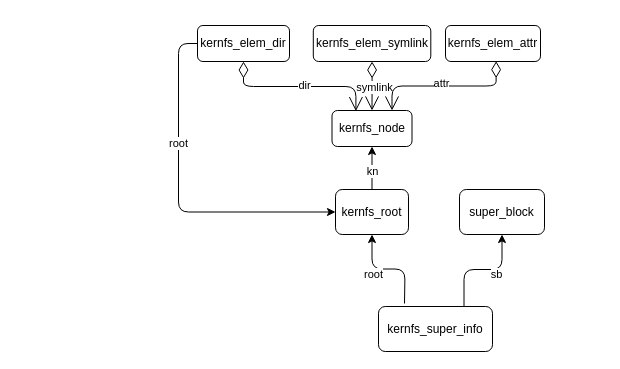
Above: kernfs.drawio in jasonactions/graph (draw.io), before the change. Source tidied: cells renumbered, new cells numbered last; positions are measured from the earlier drawing's top-left corner, leaving out a move shared by most shapes. Both pictures are drawn from the tidied source at 100%, with x=0, y=0 at pixel (178, 25).
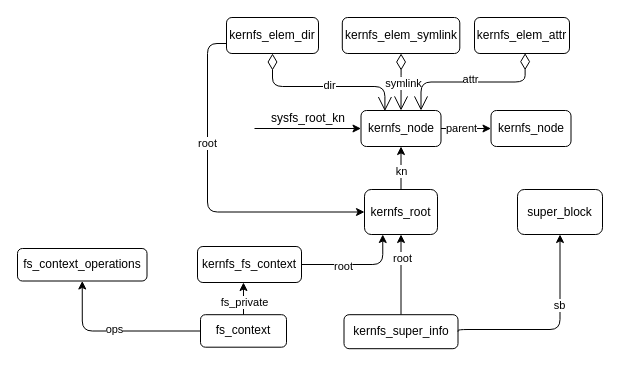
Above is the later version.

Change to the diagram source:
```diff
@@
-    <mxCell id="2" style="edgeStyle=orthogonalEdgeStyle;rounded=1;jettySize=auto;html=1;entryX=0.5;entryY=1;entryDx=0;entryDy=0;curved=0;" parent="1" edge="1" target="8">
-      <mxGeometry relative="1" as="geometry">
-        <mxPoint x="226" y="278" as="sourcePoint" />
-      </mxGeometry>
+    <mxCell id="2" style="edgeStyle=orthogonalEdgeStyle;rounded=1;jettySize=auto;html=1;entryX=0.5;entryY=1;entryDx=0;entryDy=0;curved=0;exitX=0.5;exitY=0;exitDx=0;exitDy=0;" parent="1" edge="1" source="4" target="8">
+      <mxGeometry relative="1" as="geometry" />
     </mxCell>
     <mxCell id="3" value="root" style="edgeLabel;html=1;align=center;verticalAlign=middle;" parent="2" vertex="1">
       <mxGeometry x="0.32" y="4" relative="1" as="geometry">
-        <mxPoint y="1" as="offset" />
+        <mxPoint x="5" y="-4" as="offset" />
       </mxGeometry>
     </mxCell>
     <mxCell id="4" value="kernfs_super_info" style="rounded=1;whiteSpace=wrap;html=1;" parent="1" vertex="1">
-      <mxGeometry x="200" y="281" width="114" height="45" as="geometry" />
+      <mxGeometry x="165.5" y="289.2" width="114" height="34" as="geometry" />
     </mxCell>
     <mxCell id="5" value="super_block" style="rounded=1;whiteSpace=wrap;html=1;" parent="1" vertex="1">
-      <mxGeometry x="281" y="164" width="85" height="45" as="geometry" />
+      <mxGeometry x="339" y="164" width="85" height="45" as="geometry" />
     </mxCell>
@@
     <mxCell id="8" value="kernfs_root" style="rounded=1;whiteSpace=wrap;html=1;" parent="1" vertex="1">
-      <mxGeometry x="157" y="164" width="73" height="45" as="geometry" />
+      <mxGeometry x="186" y="164" width="73" height="45" as="geometry" />
     </mxCell>
-    <mxCell id="9" style="edgeStyle=orthogonalEdgeStyle;rounded=1;jettySize=auto;html=1;entryX=0.5;entryY=1;entryDx=0;entryDy=0;curved=0;exitX=0.75;exitY=0;exitDx=0;exitDy=0;" parent="1" edge="1" source="4" target="5">
+    <mxCell id="9" style="edgeStyle=orthogonalEdgeStyle;rounded=1;jettySize=auto;html=1;entryX=0.5;entryY=1;entryDx=0;entryDy=0;curved=0;exitX=1;exitY=0.5;exitDx=0;exitDy=0;" parent="1" edge="1" source="4" target="5">
       <mxGeometry relative="1" as="geometry">
         <Array as="points">
-          <mxPoint x="286" y="244" />
-          <mxPoint x="324" y="244" />
-          <mxPoint x="324" y="209" />
+          <mxPoint x="382" y="304" />
+          <mxPoint x="382" y="209" />
         </Array>
       </mxGeometry>
     </mxCell>
     <mxCell id="10" value="sb" style="edgeLabel;html=1;align=center;verticalAlign=middle;" parent="9" vertex="1">
       <mxGeometry x="0.25" y="-3" relative="1" as="geometry">
-        <mxPoint y="1" as="offset" />
+        <mxPoint x="-4" y="-4" as="offset" />
       </mxGeometry>
     </mxCell>
+    <mxCell id="23" style="edgeStyle=orthogonalEdgeStyle;rounded=0;jettySize=auto;html=1;entryX=0;entryY=0.5;entryDx=0;entryDy=0;" parent="1" edge="1" source="11" target="25">
+      <mxGeometry relative="1" as="geometry" />
+    </mxCell>
+    <mxCell id="24" value="parent" style="edgeLabel;html=1;align=center;verticalAlign=middle;" parent="23" vertex="1">
+      <mxGeometry x="-0.19" y="1" relative="1" as="geometry" />
+    </mxCell>
     <mxCell id="11" value="kernfs_node" style="rounded=1;whiteSpace=wrap;html=1;" parent="1" vertex="1">
-      <mxGeometry x="153.5" y="85" width="80" height="36" as="geometry" />
+      <mxGeometry x="182.5" y="85" width="80" height="36" as="geometry" />
     </mxCell>
     <mxCell id="12" style="edgeStyle=orthogonalEdgeStyle;rounded=1;jettySize=auto;html=1;entryX=0;entryY=0.5;entryDx=0;entryDy=0;curved=0;" parent="1" edge="1" source="14" target="8">
       <mxGeometry relative="1" as="geometry">
         <Array as="points">
-          <mxPoint y="18" />
-          <mxPoint y="187" />
+          <mxPoint x="29" y="18" />
+          <mxPoint x="29" y="187" />
         </Array>
       </mxGeometry>
     </mxCell>
@@
     <mxCell id="14" value="kernfs_elem_dir" style="rounded=1;whiteSpace=wrap;html=1;" parent="1" vertex="1">
-      <mxGeometry x="19" width="92" height="36" as="geometry" />
+      <mxGeometry x="48" y="-8" width="92" height="36" as="geometry" />
     </mxCell>
     <mxCell id="15" style="endArrow=open;html=1;endSize=12;startArrow=diamondThin;startSize=14;startFill=0;edgeStyle=orthogonalEdgeStyle;align=left;verticalAlign=bottom;rounded=1;exitX=0.5;exitY=1;exitDx=0;exitDy=0;curved=0;entryX=0.299;entryY=0.017;entryDx=0;entryDy=0;entryPerimeter=0;" parent="1" edge="1" source="14" target="11">
       <mxGeometry x="-1" y="3" relative="1" as="geometry">
         <Array as="points">
-          <mxPoint x="65" y="61" />
-          <mxPoint x="177" y="61" />
-          <mxPoint x="177" y="86" />
+          <mxPoint x="94" y="61" />
+          <mxPoint x="206" y="61" />
+          <mxPoint x="206" y="86" />
         </Array>
       </mxGeometry>
     </mxCell>
@@
     <mxCell id="17" value="kernfs_elem_symlink" style="rounded=1;whiteSpace=wrap;html=1;" parent="1" vertex="1">
-      <mxGeometry x="134.8" width="117.5" height="36" as="geometry" />
+      <mxGeometry x="163.8" y="-8" width="117.5" height="36" as="geometry" />
     </mxCell>
@@
     <mxCell id="20" value="kernfs_elem_attr" style="rounded=1;whiteSpace=wrap;html=1;" parent="1" vertex="1">
-      <mxGeometry x="267" width="95" height="36" as="geometry" />
+      <mxGeometry x="296" y="-8" width="95" height="36" as="geometry" />
     </mxCell>
@@
+    <mxCell id="25" value="kernfs_node" style="rounded=1;whiteSpace=wrap;html=1;" parent="1" vertex="1">
+      <mxGeometry x="312.5" y="85" width="80" height="36" as="geometry" />
+    </mxCell>
+    <mxCell id="26" value="sysfs_root_kn" style="text;whiteSpace=wrap;" parent="1" vertex="1">
+      <mxGeometry x="91" y="79" width="77" height="27" as="geometry" />
+    </mxCell>
+    <mxCell id="27" style="endArrow=classic;html=1;rounded=0;entryX=0;entryY=0.5;entryDx=0;entryDy=0;" parent="1" edge="1" target="11">
+      <mxGeometry relative="1" as="geometry">
+        <mxPoint x="76" y="103" as="sourcePoint" />
+      </mxGeometry>
+    </mxCell>
+    <mxCell id="28" style="edgeStyle=orthogonalEdgeStyle;rounded=1;jettySize=auto;html=1;entryX=0.25;entryY=1;entryDx=0;entryDy=0;curved=0;" parent="1" edge="1" source="30" target="8">
+      <mxGeometry relative="1" as="geometry" />
+    </mxCell>
+    <mxCell id="29" value="root" style="edgeLabel;html=1;align=center;verticalAlign=middle;" parent="28" vertex="1">
+      <mxGeometry x="-0.26" y="-1" relative="1" as="geometry" />
+    </mxCell>
+    <mxCell id="30" value="kernfs_fs_context" style="rounded=1;whiteSpace=wrap;html=1;" parent="1" vertex="1">
+      <mxGeometry x="19" y="221" width="104" height="36" as="geometry" />
+    </mxCell>
+    <mxCell id="31" style="edgeStyle=orthogonalEdgeStyle;rounded=1;jettySize=auto;html=1;entryX=0.5;entryY=1;entryDx=0;entryDy=0;curved=0;" parent="1" edge="1" source="33" target="36">
+      <mxGeometry relative="1" as="geometry" />
+    </mxCell>
+    <mxCell id="32" value="ops" style="edgeLabel;html=1;align=center;verticalAlign=middle;" parent="31" vertex="1">
+      <mxGeometry x="0.04" y="-2" relative="1" as="geometry" />
+    </mxCell>
+    <mxCell id="33" value="fs_context" style="rounded=1;whiteSpace=wrap;html=1;" parent="1" vertex="1">
+      <mxGeometry x="22" y="289.2" width="86" height="32.5" as="geometry" />
+    </mxCell>
+    <mxCell id="34" style="edgeStyle=orthogonalEdgeStyle;rounded=0;jettySize=auto;html=1;entryX=0.442;entryY=1;entryDx=0;entryDy=0;entryPerimeter=0;" parent="1" edge="1" source="33" target="30">
+      <mxGeometry relative="1" as="geometry" />
+    </mxCell>
+    <mxCell id="35" value="fs_private" style="edgeLabel;html=1;align=center;verticalAlign=middle;" parent="34" vertex="1">
+      <mxGeometry x="0.02" relative="1" as="geometry">
+        <mxPoint y="3" as="offset" />
+      </mxGeometry>
+    </mxCell>
+    <mxCell id="36" value="fs_context_operations" style="rounded=1;whiteSpace=wrap;html=1;" parent="1" vertex="1">
+      <mxGeometry x="-161" y="223" width="129.5" height="32.5" as="geometry" />
+    </mxCell>
```
